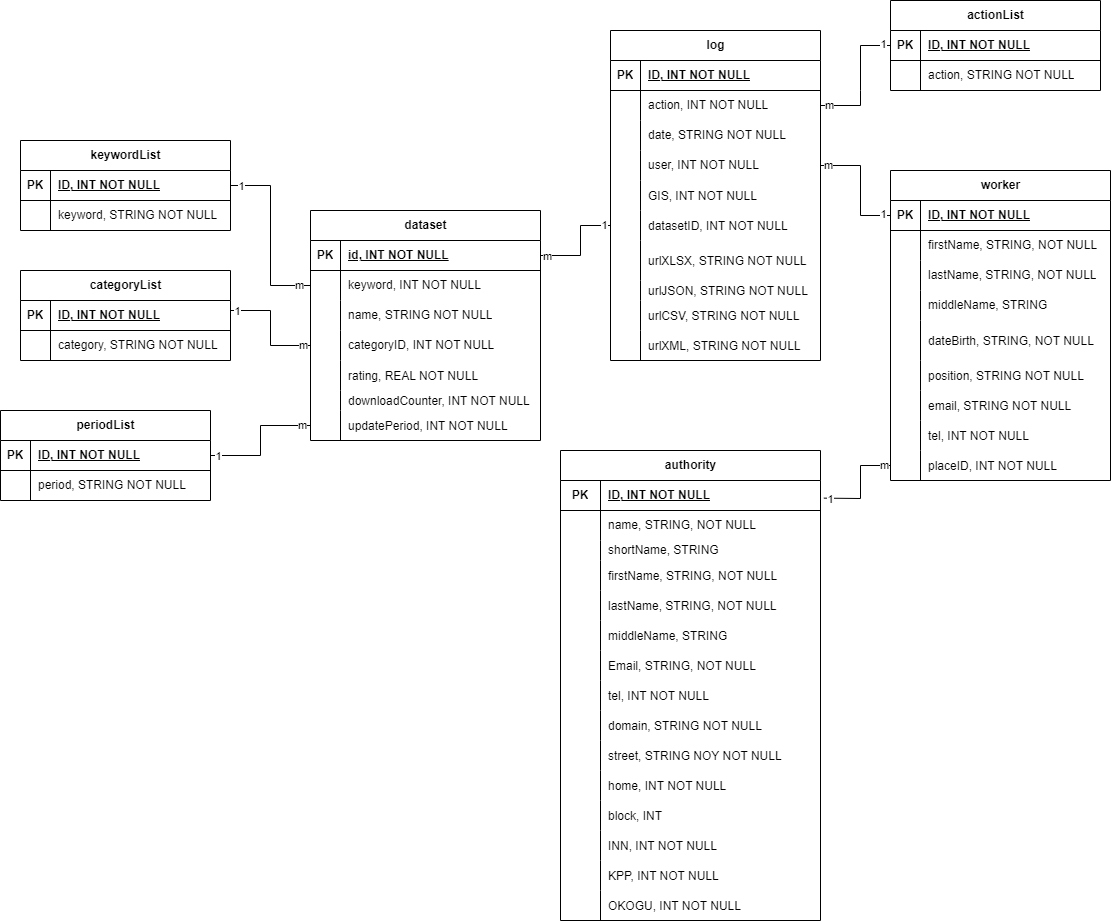
Before: даталогическая модель.png, a diagram exported from draw.io (n0kse/shumskiiIN_kursovaya). Source tidied: cells renumbered, new cells last; positions are measured from the earlier drawing's top-left corner, leaving out a move shared by most shapes.
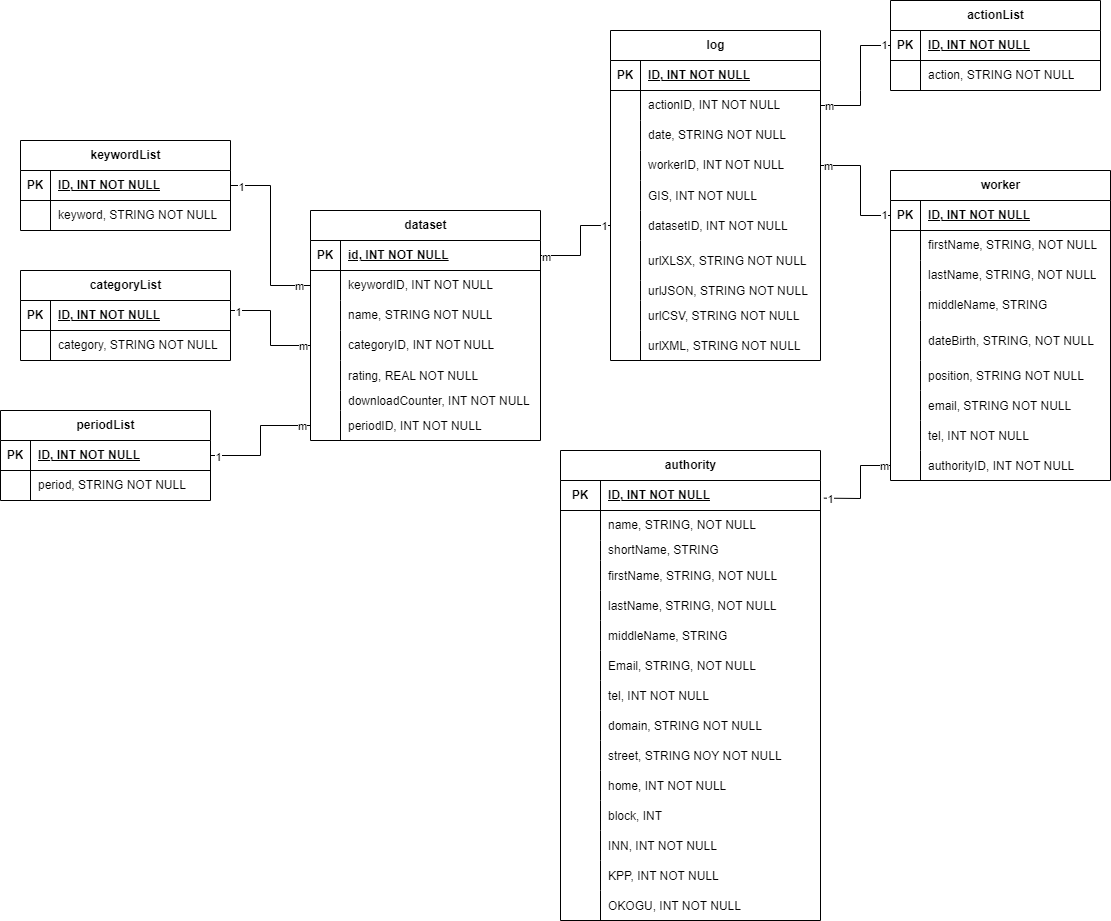
Above is the later version.

Commit message:
исправление неймингов атрибутов

Diff of the diagram source:
```diff
@@ -221,7 +221,7 @@
     <mxCell id="74" style="shape=partialRectangle;fillColor=none;top=0;left=0;bottom=0;right=0;overflow=hidden;" parent="73" vertex="1">
       <mxGeometry width="30" height="30" as="geometry" />
     </mxCell>
-    <mxCell id="75" value="placeID, INT NOT NULL" style="shape=partialRectangle;fillColor=none;top=0;left=0;bottom=0;right=0;align=left;spacingLeft=6;overflow=hidden;" parent="73" vertex="1">
+    <mxCell id="75" value="authorityID, INT NOT NULL" style="shape=partialRectangle;fillColor=none;top=0;left=0;bottom=0;right=0;align=left;spacingLeft=6;overflow=hidden;" parent="73" vertex="1">
       <mxGeometry x="30" width="190" height="30" as="geometry" />
     </mxCell>
     <mxCell id="76" value="log" style="shape=table;startSize=30;rowLines=0;fontStyle=1;align=center;html=1;" parent="1" vertex="1">
@@ -242,7 +242,7 @@
     <mxCell id="81" style="shape=partialRectangle;fillColor=none;top=0;left=0;bottom=0;right=0;overflow=hidden;whiteSpace=wrap;html=1;" parent="80" vertex="1">
       <mxGeometry width="30" height="30" as="geometry" />
     </mxCell>
-    <mxCell id="82" value="action, INT NOT NULL" style="shape=partialRectangle;fillColor=none;top=0;left=0;bottom=0;right=0;align=left;spacingLeft=6;overflow=hidden;whiteSpace=wrap;html=1;" parent="80" vertex="1">
+    <mxCell id="82" value="actionID, INT NOT NULL" style="shape=partialRectangle;fillColor=none;top=0;left=0;bottom=0;right=0;align=left;spacingLeft=6;overflow=hidden;whiteSpace=wrap;html=1;" parent="80" vertex="1">
       <mxGeometry x="30" width="180" height="30" as="geometry" />
     </mxCell>
     <mxCell id="83" style="shape=tableRow;horizontal=0;startSize=0;swimlaneHead=0;swimlaneBody=0;fillColor=none;top=0;left=0;right=0;bottom=0;" parent="76" vertex="1">
@@ -260,7 +260,7 @@
     <mxCell id="87" style="shape=partialRectangle;fillColor=none;top=0;left=0;bottom=0;right=0;overflow=hidden;whiteSpace=wrap;html=1;" parent="86" vertex="1">
       <mxGeometry width="30" height="30" as="geometry" />
     </mxCell>
-    <mxCell id="88" value="user, INT NOT NULL" style="shape=partialRectangle;fillColor=none;top=0;left=0;bottom=0;right=0;align=left;spacingLeft=6;overflow=hidden;whiteSpace=wrap;html=1;" parent="86" vertex="1">
+    <mxCell id="88" value="workerID, INT NOT NULL" style="shape=partialRectangle;fillColor=none;top=0;left=0;bottom=0;right=0;align=left;spacingLeft=6;overflow=hidden;whiteSpace=wrap;html=1;" parent="86" vertex="1">
       <mxGeometry x="30" width="180" height="30" as="geometry" />
     </mxCell>
     <mxCell id="89" style="shape=tableRow;horizontal=0;startSize=0;swimlaneHead=0;swimlaneBody=0;fillColor=none;top=0;left=0;right=0;bottom=0;" parent="76" vertex="1">
@@ -356,7 +356,7 @@
     <mxCell id="119" style="shape=partialRectangle;fillColor=none;top=0;left=0;bottom=0;right=0;overflow=hidden;whiteSpace=wrap;html=1;" parent="118" vertex="1">
       <mxGeometry width="30" height="30" as="geometry" />
     </mxCell>
-    <mxCell id="120" value="keyword, INT NOT NULL" style="shape=partialRectangle;fillColor=none;top=0;left=0;bottom=0;right=0;align=left;spacingLeft=6;overflow=hidden;whiteSpace=wrap;html=1;" parent="118" vertex="1">
+    <mxCell id="120" value="keywordID, INT NOT NULL" style="shape=partialRectangle;fillColor=none;top=0;left=0;bottom=0;right=0;align=left;spacingLeft=6;overflow=hidden;whiteSpace=wrap;html=1;" parent="118" vertex="1">
       <mxGeometry x="30" width="200" height="30" as="geometry" />
     </mxCell>
     <mxCell id="121" style="shape=tableRow;horizontal=0;startSize=0;swimlaneHead=0;swimlaneBody=0;fillColor=none;top=0;left=0;right=0;bottom=0;" parent="114" vertex="1">
@@ -401,7 +401,7 @@
     <mxCell id="134" style="shape=partialRectangle;fillColor=none;top=0;left=0;bottom=0;right=0;overflow=hidden;" parent="133" vertex="1">
       <mxGeometry width="30" height="30" as="geometry" />
     </mxCell>
-    <mxCell id="135" value="updatePeriod, INT NOT NULL" style="shape=partialRectangle;fillColor=none;top=0;left=0;bottom=0;right=0;align=left;spacingLeft=6;overflow=hidden;" parent="133" vertex="1">
+    <mxCell id="135" value="periodID, INT NOT NULL" style="shape=partialRectangle;fillColor=none;top=0;left=0;bottom=0;right=0;align=left;spacingLeft=6;overflow=hidden;" parent="133" vertex="1">
       <mxGeometry x="30" width="200" height="30" as="geometry" />
     </mxCell>
     <mxCell id="136" value="categoryList" style="shape=table;startSize=30;rowLines=0;fontStyle=1;align=center;html=1;" parent="1" vertex="1">
```
